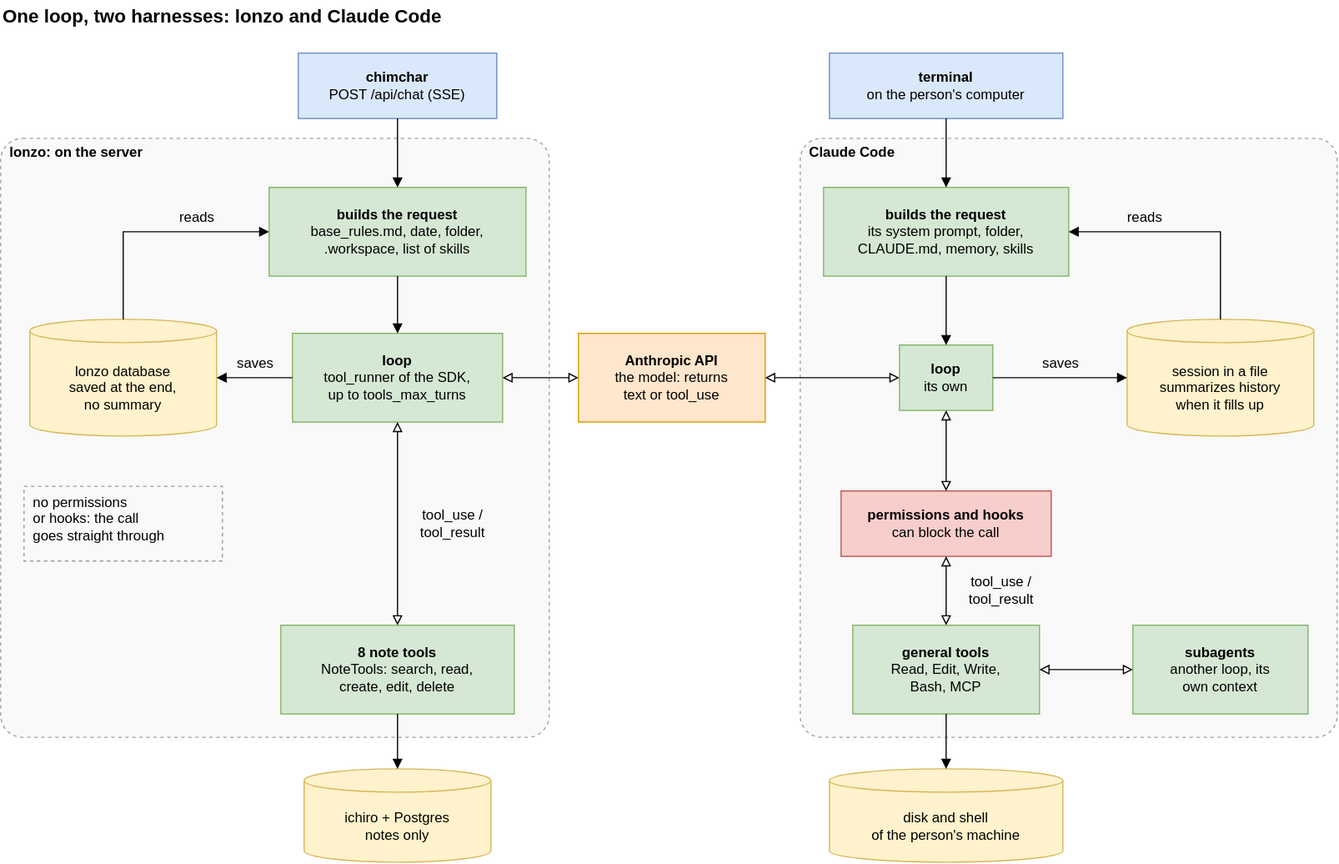
Above: ai/kb/diagramas/harness-do-readme.drawio.svg in LuccaRh/NoteProject (draw.io), before the change. Source tidied: cells renumbered, new cells last; positions are measured from the earlier drawing's top-left corner, leaving out a move shared by most shapes.
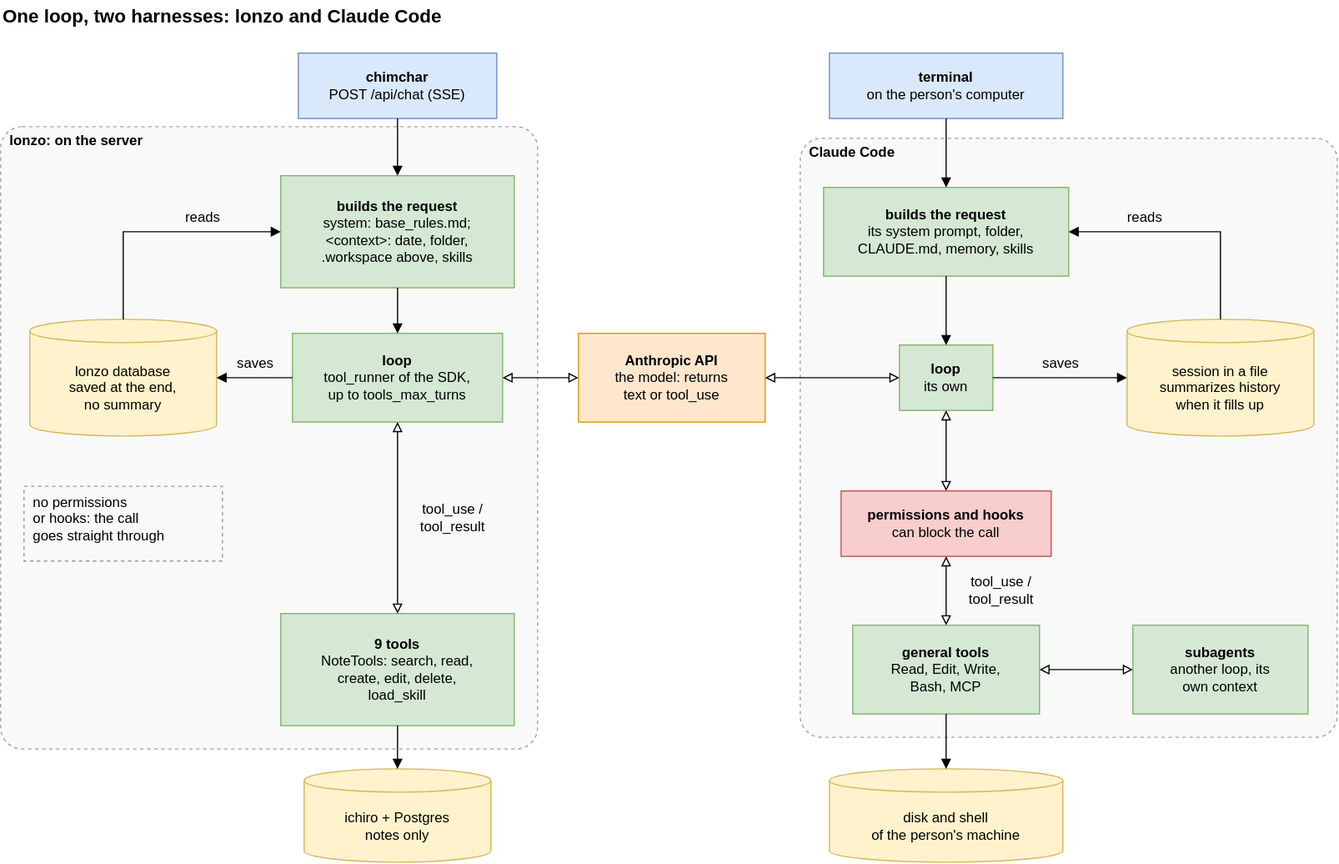
After the change.

Diff of the diagram source:
```diff
@@ -6,7 +6,7 @@
       <mxGeometry width="439" height="26" as="geometry" />
     </mxCell>
     <mxCell id="3" style="rounded=1;arcSize=4;dashed=1;html=1;fontSize=12;fillColor=#f5f5f5;strokeColor=#666666;opacity=60;" parent="1" vertex="1">
-      <mxGeometry y="118" width="470" height="513" as="geometry" />
+      <mxGeometry y="108" width="460" height="533" as="geometry" />
     </mxCell>
     <mxCell id="4" style="rounded=1;arcSize=4;dashed=1;html=1;fontSize=12;fillColor=#f5f5f5;strokeColor=#666666;opacity=60;" parent="1" vertex="1">
       <mxGeometry x="685" y="118" width="460" height="513" as="geometry" />
@@ -14,14 +14,14 @@
     <mxCell id="5" value="&lt;b&gt;chimchar&lt;/b&gt;&lt;br&gt;POST /api/chat (SSE)" style="html=1;whiteSpace=wrap;fontSize=12;rounded=0;fillColor=#dae8fc;strokeColor=#6c8ebf;" parent="1" vertex="1">
       <mxGeometry x="255" y="45" width="170" height="56" as="geometry" />
     </mxCell>
-    <mxCell id="6" value="&lt;b&gt;builds the request&lt;/b&gt;&lt;br&gt;base_rules.md, date, folder,&lt;br&gt;.workspace, list of skills" style="html=1;whiteSpace=wrap;fontSize=12;rounded=0;fillColor=#d5e8d4;strokeColor=#82b366;" parent="1" vertex="1">
-      <mxGeometry x="230" y="160" width="220" height="76" as="geometry" />
+    <mxCell id="6" value="&lt;b&gt;builds the request&lt;/b&gt;&lt;br&gt;system: base_rules.md;&lt;br&gt;&amp;lt;context&amp;gt;: date, folder,&lt;br&gt;.workspace above, skills" style="html=1;whiteSpace=wrap;fontSize=12;rounded=0;fillColor=#d5e8d4;strokeColor=#82b366;" parent="1" vertex="1">
+      <mxGeometry x="240" y="150" width="200" height="96" as="geometry" />
     </mxCell>
     <mxCell id="7" value="&lt;b&gt;loop&lt;/b&gt;&lt;br&gt;tool_runner of the SDK,&lt;br&gt;up to tools_max_turns" style="html=1;whiteSpace=wrap;fontSize=12;rounded=0;fillColor=#d5e8d4;strokeColor=#82b366;" parent="1" vertex="1">
       <mxGeometry x="250" y="285" width="180" height="76" as="geometry" />
     </mxCell>
-    <mxCell id="8" value="&lt;b&gt;8 note tools&lt;/b&gt;&lt;br&gt;NoteTools: search, read,&lt;br&gt;create, edit, delete" style="html=1;whiteSpace=wrap;fontSize=12;rounded=0;fillColor=#d5e8d4;strokeColor=#82b366;" parent="1" vertex="1">
-      <mxGeometry x="240" y="535" width="200" height="76" as="geometry" />
+    <mxCell id="8" value="&lt;b&gt;9 tools&lt;/b&gt;&lt;br&gt;NoteTools: search, read,&lt;br&gt;create, edit, delete,&lt;br&gt;load_skill" style="html=1;whiteSpace=wrap;fontSize=12;rounded=0;fillColor=#d5e8d4;strokeColor=#82b366;" parent="1" vertex="1">
+      <mxGeometry x="240" y="525" width="200" height="96" as="geometry" />
     </mxCell>
     <mxCell id="9" value="lonzo database&lt;br&gt;saved at the end,&lt;br&gt;no summary" style="html=1;whiteSpace=wrap;fontSize=12;shape=cylinder3;boundedLbl=1;backgroundOutline=1;size=10;fillColor=#fff2cc;strokeColor=#d6b656;" parent="1" vertex="1">
       <mxGeometry x="25" y="273" width="160" height="100" as="geometry" />
@@ -62,19 +62,19 @@
     <mxCell id="21" style="html=1;rounded=0;endArrow=block;endFill=1;startArrow=none;" parent="1" edge="1">
       <mxGeometry relative="1" as="geometry">
         <mxPoint x="340" y="101" as="sourcePoint" />
-        <mxPoint x="340" y="160" as="targetPoint" />
+        <mxPoint x="340" y="150" as="targetPoint" />
       </mxGeometry>
     </mxCell>
     <mxCell id="22" style="html=1;rounded=0;endArrow=block;endFill=1;startArrow=none;" parent="1" edge="1">
       <mxGeometry relative="1" as="geometry">
-        <mxPoint x="340" y="236" as="sourcePoint" />
+        <mxPoint x="340" y="246" as="sourcePoint" />
         <mxPoint x="340" y="285" as="targetPoint" />
       </mxGeometry>
     </mxCell>
     <mxCell id="23" style="html=1;rounded=0;endArrow=block;endFill=1;startArrow=none;" parent="1" edge="1">
       <mxGeometry relative="1" as="geometry">
         <mxPoint x="105" y="273" as="sourcePoint" />
-        <mxPoint x="230" y="198" as="targetPoint" />
+        <mxPoint x="240" y="198" as="targetPoint" />
         <Array as="points">
           <mxPoint x="105" y="198" />
         </Array>
@@ -95,12 +95,12 @@
     <mxCell id="26" style="html=1;rounded=0;endArrow=block;endFill=0;startArrow=block;startFill=0;" parent="1" edge="1">
       <mxGeometry relative="1" as="geometry">
         <mxPoint x="340" y="361" as="sourcePoint" />
-        <mxPoint x="340" y="535" as="targetPoint" />
+        <mxPoint x="340" y="525" as="targetPoint" />
       </mxGeometry>
     </mxCell>
     <mxCell id="27" style="html=1;rounded=0;endArrow=block;endFill=1;startArrow=none;" parent="1" edge="1">
       <mxGeometry relative="1" as="geometry">
-        <mxPoint x="340" y="611" as="sourcePoint" />
+        <mxPoint x="340" y="621" as="sourcePoint" />
         <mxPoint x="340" y="658" as="targetPoint" />
       </mxGeometry>
     </mxCell>
@@ -162,19 +162,19 @@
       </mxGeometry>
     </mxCell>
     <mxCell id="37" value="&lt;b&gt;lonzo: on the server&lt;/b&gt;" style="text;html=1;align=left;verticalAlign=middle;fontSize=12;" parent="1" vertex="1">
-      <mxGeometry x="6" y="121" width="156" height="18" as="geometry" />
+      <mxGeometry x="6" y="111" width="156" height="18" as="geometry" />
     </mxCell>
     <mxCell id="38" value="&lt;b&gt;Claude Code&lt;/b&gt;" style="text;html=1;align=left;verticalAlign=middle;fontSize=12;" parent="1" vertex="1">
       <mxGeometry x="691" y="121" width="93" height="18" as="geometry" />
     </mxCell>
     <mxCell id="39" value="reads" style="text;html=1;align=center;verticalAlign=middle;fontSize=12;" parent="1" vertex="1">
-      <mxGeometry x="142" y="177" width="51" height="18" as="geometry" />
+      <mxGeometry x="147" y="177" width="51" height="18" as="geometry" />
     </mxCell>
     <mxCell id="40" value="saves" style="text;html=1;align=center;verticalAlign=middle;fontSize=12;" parent="1" vertex="1">
       <mxGeometry x="192" y="302" width="51" height="18" as="geometry" />
     </mxCell>
     <mxCell id="41" value="tool_use /&lt;br&gt;tool_result" style="text;html=1;align=center;verticalAlign=middle;fontSize=12;" parent="1" vertex="1">
-      <mxGeometry x="344" y="430" width="86" height="36" as="geometry" />
+      <mxGeometry x="344" y="425" width="86" height="36" as="geometry" />
     </mxCell>
     <mxCell id="42" value="reads" style="text;html=1;align=center;verticalAlign=middle;fontSize=12;" parent="1" vertex="1">
       <mxGeometry x="954" y="177" width="51" height="18" as="geometry" />
```
